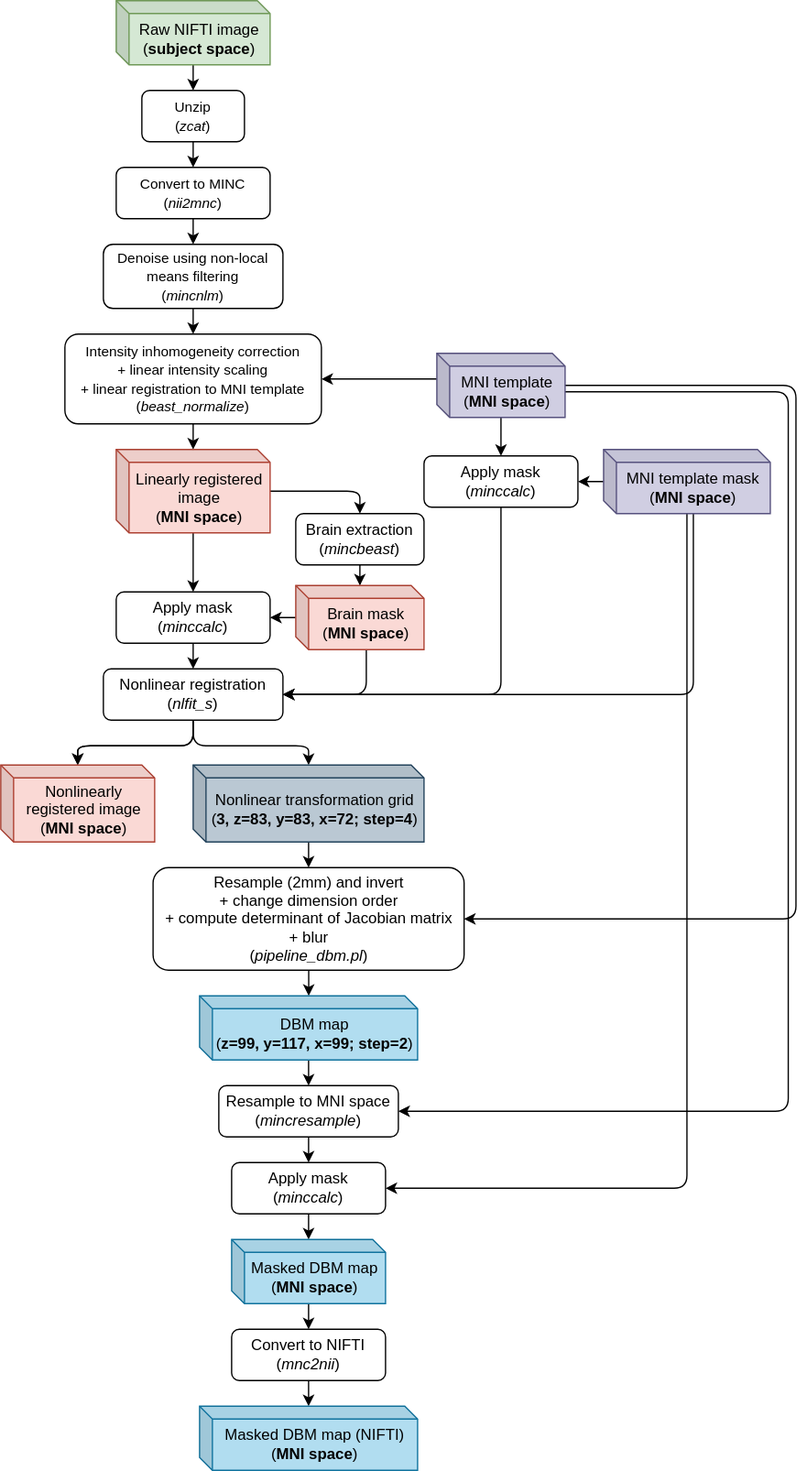
Before: dbm_ica/dbm_minc_pipeline.svg, a diagram exported from draw.io (LivingPark-MRI/zeighami-etal-2019). Source tidied: cells renumbered, new cells last; positions are measured from the earlier drawing's top-left corner, leaving out a move shared by most shapes. Source of this version:
```xml
<mxGraphModel>
  <root>
    <mxCell id="0" />
    <mxCell id="1" parent="0" />
    <mxCell id="2" style="edgeStyle=orthogonalEdgeStyle;jettySize=auto;html=1;exitX=0.5;exitY=1;exitDx=0;exitDy=0;" parent="1" edge="1" source="42" target="6">
      <mxGeometry relative="1" as="geometry" />
    </mxCell>
    <mxCell id="3" style="edgeStyle=orthogonalEdgeStyle;jettySize=auto;html=1;entryX=0.5;entryY=0;entryDx=0;entryDy=0;" parent="1" edge="1" source="4" target="42">
      <mxGeometry relative="1" as="geometry" />
    </mxCell>
    <mxCell id="4" value="Raw NIFTI image&lt;br&gt;(&lt;b&gt;subject space&lt;/b&gt;)" style="shape=cube;whiteSpace=wrap;html=1;boundedLbl=1;backgroundOutline=1;darkOpacity=0.05;darkOpacity2=0.1;rounded=0;shadow=0;glass=0;sketch=0;size=10;fillColor=#d5e8d4;strokeColor=#6F9957;" parent="1" vertex="1">
      <mxGeometry x="90" width="120" height="50" as="geometry" />
    </mxCell>
    <mxCell id="5" style="edgeStyle=orthogonalEdgeStyle;jettySize=auto;html=1;" parent="1" edge="1" source="6" target="8">
      <mxGeometry relative="1" as="geometry" />
    </mxCell>
    <mxCell id="6" value="&lt;span style=&quot;font-size: 11px; text-align: left;&quot;&gt;Convert to MINC (&lt;i&gt;nii2mnc&lt;/i&gt;)&lt;/span&gt;" style="whiteSpace=wrap;html=1;boundedLbl=1;backgroundOutline=1;darkOpacity=0.05;darkOpacity2=0.1;rounded=1;shadow=0;glass=0;sketch=0;size=10;" parent="1" vertex="1">
      <mxGeometry x="90" y="130" width="120" height="40" as="geometry" />
    </mxCell>
    <mxCell id="7" style="edgeStyle=orthogonalEdgeStyle;jettySize=auto;html=1;" parent="1" edge="1" source="8" target="10">
      <mxGeometry relative="1" as="geometry" />
    </mxCell>
    <mxCell id="8" value="&lt;span style=&quot;font-size: 11px; text-align: left;&quot;&gt;Denoise using non-local means filtering&lt;br&gt;(&lt;i&gt;mincnlm&lt;/i&gt;)&lt;/span&gt;" style="whiteSpace=wrap;html=1;boundedLbl=1;backgroundOutline=1;darkOpacity=0.05;darkOpacity2=0.1;rounded=1;shadow=0;glass=0;sketch=0;size=10;" parent="1" vertex="1">
      <mxGeometry x="80" y="190" width="140" height="50" as="geometry" />
    </mxCell>
    <mxCell id="9" style="edgeStyle=orthogonalEdgeStyle;jettySize=auto;html=1;" parent="1" edge="1" source="10" target="13">
      <mxGeometry relative="1" as="geometry" />
    </mxCell>
    <mxCell id="10" value="&lt;div style=&quot;&quot;&gt;&lt;span style=&quot;background-color: initial; font-size: 11px;&quot;&gt;Intensity inhomogeneity correction&lt;/span&gt;&lt;/div&gt;&lt;div style=&quot;&quot;&gt;&lt;span style=&quot;background-color: initial; font-size: 11px;&quot;&gt;+ linear intensity scaling&lt;/span&gt;&lt;/div&gt;&lt;div style=&quot;&quot;&gt;&lt;span style=&quot;background-color: initial; font-size: 11px;&quot;&gt;+ linear registration to MNI template (&lt;i&gt;beast_normalize&lt;/i&gt;)&lt;/span&gt;&lt;/div&gt;" style="whiteSpace=wrap;html=1;boundedLbl=1;backgroundOutline=1;darkOpacity=0.05;darkOpacity2=0.1;rounded=1;shadow=0;glass=0;sketch=0;size=10;align=center;" parent="1" vertex="1">
      <mxGeometry x="50" y="260" width="200" height="70" as="geometry" />
    </mxCell>
    <mxCell id="11" style="edgeStyle=orthogonalEdgeStyle;jettySize=auto;html=1;" parent="1" edge="1" source="13" target="26">
      <mxGeometry relative="1" as="geometry" />
    </mxCell>
    <mxCell id="12" style="edgeStyle=orthogonalEdgeStyle;jettySize=auto;html=1;entryX=0.5;entryY=0;entryDx=0;entryDy=0;" parent="1" edge="1" source="13" target="16">
      <mxGeometry relative="1" as="geometry">
        <Array as="points">
          <mxPoint x="280" y="383" />
        </Array>
      </mxGeometry>
    </mxCell>
    <mxCell id="13" value="Linearly registered image&lt;br&gt;(&lt;b&gt;MNI space&lt;/b&gt;)" style="shape=cube;whiteSpace=wrap;html=1;boundedLbl=1;backgroundOutline=1;darkOpacity=0.05;darkOpacity2=0.1;rounded=0;shadow=0;glass=0;sketch=0;size=10;fillColor=#fad9d5;strokeColor=#ae4132;" parent="1" vertex="1">
      <mxGeometry x="90" y="350" width="120" height="65" as="geometry" />
    </mxCell>
    <mxCell id="14" style="edgeStyle=orthogonalEdgeStyle;orthogonalLoop=1;jettySize=auto;html=1;exitX=0.5;exitY=1;exitDx=0;exitDy=0;" parent="1" edge="1">
      <mxGeometry relative="1" as="geometry">
        <mxPoint x="290" y="393.8" as="sourcePoint" />
        <mxPoint x="290" y="393.8" as="targetPoint" />
      </mxGeometry>
    </mxCell>
    <mxCell id="15" style="edgeStyle=orthogonalEdgeStyle;jettySize=auto;html=1;" parent="1" edge="1" source="16" target="19">
      <mxGeometry relative="1" as="geometry" />
    </mxCell>
    <mxCell id="16" value="Brain extraction (&lt;i&gt;mincbeast&lt;/i&gt;)" style="whiteSpace=wrap;html=1;rounded=1;shadow=0;glass=0;sketch=0;" parent="1" vertex="1">
      <mxGeometry x="230" y="400" width="100" height="40" as="geometry" />
    </mxCell>
    <mxCell id="17" style="edgeStyle=orthogonalEdgeStyle;jettySize=auto;html=1;entryX=1;entryY=0.5;entryDx=0;entryDy=0;exitX=0;exitY=0;exitDx=55;exitDy=50;exitPerimeter=0;" parent="1" edge="1" source="19" target="30">
      <mxGeometry relative="1" as="geometry" />
    </mxCell>
    <mxCell id="18" style="edgeStyle=orthogonalEdgeStyle;jettySize=auto;html=1;entryX=1;entryY=0.5;entryDx=0;entryDy=0;" parent="1" edge="1" source="19" target="26">
      <mxGeometry relative="1" as="geometry" />
    </mxCell>
    <mxCell id="19" value="Brain mask&lt;br&gt;(&lt;b&gt;MNI space&lt;/b&gt;)" style="shape=cube;whiteSpace=wrap;html=1;fillColor=#fad9d5;strokeColor=#ae4132;rounded=0;shadow=0;glass=0;sketch=0;size=10;boundedLbl=1;backgroundOutline=1;darkOpacity=0.05;darkOpacity2=0.1;size=10;" parent="1" vertex="1">
      <mxGeometry x="230" y="456" width="100" height="50" as="geometry" />
    </mxCell>
    <mxCell id="20" style="edgeStyle=orthogonalEdgeStyle;jettySize=auto;html=1;entryX=1;entryY=0.5;entryDx=0;entryDy=0;exitX=0;exitY=0;exitDx=0;exitDy=20;exitPerimeter=0;" parent="1" edge="1" source="24" target="10">
      <mxGeometry relative="1" as="geometry" />
    </mxCell>
    <mxCell id="21" style="edgeStyle=orthogonalEdgeStyle;jettySize=auto;html=1;entryX=0.5;entryY=0;entryDx=0;entryDy=0;" parent="1" edge="1" source="24" target="36">
      <mxGeometry relative="1" as="geometry" />
    </mxCell>
    <mxCell id="22" style="edgeStyle=orthogonalEdgeStyle;jettySize=auto;html=1;entryX=1;entryY=0.5;entryDx=0;entryDy=0;" parent="1" edge="1" source="24" target="41">
      <mxGeometry relative="1" as="geometry">
        <Array as="points">
          <mxPoint x="620" y="300" />
          <mxPoint x="620" y="716" />
        </Array>
      </mxGeometry>
    </mxCell>
    <mxCell id="23" style="edgeStyle=orthogonalEdgeStyle;jettySize=auto;html=1;entryX=1;entryY=0.5;entryDx=0;entryDy=0;exitX=0;exitY=0;exitDx=100;exitDy=30;exitPerimeter=0;" parent="1" edge="1" source="24" target="46">
      <mxGeometry relative="1" as="geometry">
        <Array as="points">
          <mxPoint x="614" y="305" />
          <mxPoint x="614" y="866" />
        </Array>
      </mxGeometry>
    </mxCell>
    <mxCell id="24" value="MNI template&lt;br&gt;(&lt;b&gt;MNI space&lt;/b&gt;)" style="shape=cube;whiteSpace=wrap;html=1;fillColor=#d0cee2;strokeColor=#56517e;rounded=0;shadow=0;glass=0;sketch=0;size=10;boundedLbl=1;backgroundOutline=1;darkOpacity=0.05;darkOpacity2=0.1;size=10;" parent="1" vertex="1">
      <mxGeometry x="340" y="275" width="100" height="50" as="geometry" />
    </mxCell>
    <mxCell id="25" style="edgeStyle=orthogonalEdgeStyle;jettySize=auto;html=1;" parent="1" edge="1" source="26" target="30">
      <mxGeometry relative="1" as="geometry" />
    </mxCell>
    <mxCell id="26" value="Apply mask&lt;br&gt;(&lt;i&gt;minccalc&lt;/i&gt;)" style="whiteSpace=wrap;html=1;rounded=1;shadow=0;glass=0;sketch=0;" parent="1" vertex="1">
      <mxGeometry x="90" y="461" width="120" height="40" as="geometry" />
    </mxCell>
    <mxCell id="27" style="edgeStyle=orthogonalEdgeStyle;jettySize=auto;html=1;" parent="1" edge="1" source="30" target="37">
      <mxGeometry relative="1" as="geometry" />
    </mxCell>
    <mxCell id="28" style="edgeStyle=orthogonalEdgeStyle;jettySize=auto;html=1;" parent="1" edge="1" source="30" target="37">
      <mxGeometry relative="1" as="geometry" />
    </mxCell>
    <mxCell id="29" style="edgeStyle=orthogonalEdgeStyle;jettySize=auto;html=1;" parent="1" edge="1" source="30" target="39">
      <mxGeometry relative="1" as="geometry" />
    </mxCell>
    <mxCell id="30" value="Nonlinear registration&lt;br&gt;(&lt;i&gt;nlfit_s&lt;/i&gt;)" style="whiteSpace=wrap;html=1;rounded=1;shadow=0;glass=0;sketch=0;" parent="1" vertex="1">
      <mxGeometry x="80" y="521" width="140" height="40" as="geometry" />
    </mxCell>
    <mxCell id="31" style="edgeStyle=orthogonalEdgeStyle;jettySize=auto;html=1;entryX=1;entryY=0.5;entryDx=0;entryDy=0;" parent="1" edge="1" source="34" target="36">
      <mxGeometry relative="1" as="geometry" />
    </mxCell>
    <mxCell id="32" style="edgeStyle=orthogonalEdgeStyle;jettySize=auto;html=1;entryX=1;entryY=0.5;entryDx=0;entryDy=0;exitX=0;exitY=0;exitDx=70;exitDy=50;exitPerimeter=0;" parent="1" edge="1" source="34" target="30">
      <mxGeometry relative="1" as="geometry" />
    </mxCell>
    <mxCell id="33" style="edgeStyle=orthogonalEdgeStyle;jettySize=auto;html=1;entryX=1;entryY=0.5;entryDx=0;entryDy=0;" parent="1" edge="1" source="34" target="48">
      <mxGeometry relative="1" as="geometry">
        <Array as="points">
          <mxPoint x="535" y="926" />
        </Array>
      </mxGeometry>
    </mxCell>
    <mxCell id="34" value="MNI template mask&lt;br&gt;(&lt;b&gt;MNI space&lt;/b&gt;)" style="shape=cube;whiteSpace=wrap;html=1;fillColor=#d0cee2;strokeColor=#56517e;rounded=0;shadow=0;glass=0;sketch=0;size=10;boundedLbl=1;backgroundOutline=1;darkOpacity=0.05;darkOpacity2=0.1;size=10;" parent="1" vertex="1">
      <mxGeometry x="470" y="350" width="130" height="50" as="geometry" />
    </mxCell>
    <mxCell id="35" style="edgeStyle=orthogonalEdgeStyle;jettySize=auto;html=1;entryX=1;entryY=0.5;entryDx=0;entryDy=0;exitX=0.5;exitY=1;exitDx=0;exitDy=0;" parent="1" edge="1" source="36" target="30">
      <mxGeometry relative="1" as="geometry" />
    </mxCell>
    <mxCell id="36" value="Apply mask (&lt;i&gt;minccalc&lt;/i&gt;)" style="whiteSpace=wrap;html=1;rounded=1;shadow=0;glass=0;sketch=0;" parent="1" vertex="1">
      <mxGeometry x="330" y="355" width="120" height="40" as="geometry" />
    </mxCell>
    <mxCell id="37" value="Nonlinearly registered image (&lt;b&gt;MNI space&lt;/b&gt;)" style="shape=cube;whiteSpace=wrap;html=1;boundedLbl=1;backgroundOutline=1;darkOpacity=0.05;darkOpacity2=0.1;rounded=0;shadow=0;glass=0;sketch=0;size=10;fillColor=#fad9d5;strokeColor=#ae4132;" parent="1" vertex="1">
      <mxGeometry y="596" width="120" height="60" as="geometry" />
    </mxCell>
    <mxCell id="38" style="edgeStyle=orthogonalEdgeStyle;jettySize=auto;html=1;" parent="1" edge="1" source="39" target="41">
      <mxGeometry relative="1" as="geometry" />
    </mxCell>
    <mxCell id="39" value="Nonlinear transformation grid&lt;br&gt;(&lt;b&gt;3, z=83, y=83, x=72; step=4&lt;/b&gt;)" style="shape=cube;whiteSpace=wrap;html=1;boundedLbl=1;backgroundOutline=1;darkOpacity=0.05;darkOpacity2=0.1;rounded=0;shadow=0;glass=0;sketch=0;size=10;fillColor=#bac8d3;strokeColor=#23445d;" parent="1" vertex="1">
      <mxGeometry x="150" y="596" width="180" height="60" as="geometry" />
    </mxCell>
    <mxCell id="40" style="edgeStyle=orthogonalEdgeStyle;jettySize=auto;html=1;" parent="1" edge="1" source="41" target="44">
      <mxGeometry relative="1" as="geometry" />
    </mxCell>
    <mxCell id="41" value="Resample (2mm) and invert&lt;br&gt;+ change dimension order&lt;br&gt;+ compute determinant of Jacobian matrix&lt;br&gt;+ blur&lt;br&gt;(&lt;i&gt;pipeline_dbm.pl&lt;/i&gt;)" style="whiteSpace=wrap;html=1;boundedLbl=1;backgroundOutline=1;darkOpacity=0.05;darkOpacity2=0.1;rounded=1;shadow=0;glass=0;sketch=0;size=10;" parent="1" vertex="1">
      <mxGeometry x="118.8" y="676" width="242.5" height="80" as="geometry" />
    </mxCell>
    <mxCell id="42" value="&lt;span style=&quot;font-size: 11px; text-align: left;&quot;&gt;Unzip&lt;br&gt;(&lt;i&gt;zcat&lt;/i&gt;)&lt;/span&gt;" style="whiteSpace=wrap;html=1;boundedLbl=1;backgroundOutline=1;darkOpacity=0.05;darkOpacity2=0.1;rounded=1;shadow=0;glass=0;sketch=0;size=10;" parent="1" vertex="1">
      <mxGeometry x="110" y="70" width="80" height="40" as="geometry" />
    </mxCell>
    <mxCell id="43" style="edgeStyle=orthogonalEdgeStyle;jettySize=auto;html=1;" parent="1" edge="1" source="44" target="46">
      <mxGeometry relative="1" as="geometry" />
    </mxCell>
    <mxCell id="44" value="DBM map&lt;br&gt;(&lt;b&gt;z=99, y=117, x=99; step=2&lt;/b&gt;)" style="shape=cube;whiteSpace=wrap;html=1;boundedLbl=1;backgroundOutline=1;darkOpacity=0.05;darkOpacity2=0.1;rounded=0;shadow=0;glass=0;sketch=0;size=10;fillColor=#b1ddf0;strokeColor=#10739e;" parent="1" vertex="1">
      <mxGeometry x="155" y="776" width="170" height="50" as="geometry" />
    </mxCell>
    <mxCell id="45" style="edgeStyle=orthogonalEdgeStyle;jettySize=auto;html=1;" parent="1" edge="1" source="46" target="48">
      <mxGeometry relative="1" as="geometry" />
    </mxCell>
    <mxCell id="46" value="Resample to MNI space&lt;br&gt;(&lt;i&gt;mincresample&lt;/i&gt;)" style="whiteSpace=wrap;html=1;boundedLbl=1;backgroundOutline=1;darkOpacity=0.05;darkOpacity2=0.1;rounded=1;shadow=0;glass=0;sketch=0;size=10;" parent="1" vertex="1">
      <mxGeometry x="170" y="846" width="140" height="40" as="geometry" />
    </mxCell>
    <mxCell id="47" style="edgeStyle=orthogonalEdgeStyle;jettySize=auto;html=1;" parent="1" edge="1" source="48" target="50">
      <mxGeometry relative="1" as="geometry" />
    </mxCell>
    <mxCell id="48" value="Apply mask&lt;br&gt;(&lt;i&gt;minccalc&lt;/i&gt;)" style="whiteSpace=wrap;html=1;rounded=1;shadow=0;glass=0;sketch=0;" parent="1" vertex="1">
      <mxGeometry x="180" y="906" width="120" height="40" as="geometry" />
    </mxCell>
    <mxCell id="49" style="edgeStyle=orthogonalEdgeStyle;jettySize=auto;html=1;" parent="1" edge="1" source="50" target="52">
      <mxGeometry relative="1" as="geometry" />
    </mxCell>
    <mxCell id="50" value="Masked DBM map&lt;br&gt;(&lt;b&gt;MNI space&lt;/b&gt;)" style="shape=cube;whiteSpace=wrap;html=1;boundedLbl=1;backgroundOutline=1;darkOpacity=0.05;darkOpacity2=0.1;rounded=0;shadow=0;glass=0;sketch=0;size=10;fillColor=#b1ddf0;strokeColor=#10739e;" parent="1" vertex="1">
      <mxGeometry x="180" y="966" width="120" height="50" as="geometry" />
    </mxCell>
    <mxCell id="51" style="edgeStyle=orthogonalEdgeStyle;jettySize=auto;html=1;" parent="1" edge="1" source="52" target="53">
      <mxGeometry relative="1" as="geometry" />
    </mxCell>
    <mxCell id="52" value="Convert to NIFTI&lt;br&gt;(&lt;i&gt;mnc2nii&lt;/i&gt;)" style="whiteSpace=wrap;html=1;rounded=1;shadow=0;glass=0;sketch=0;" parent="1" vertex="1">
      <mxGeometry x="180" y="1036" width="120" height="40" as="geometry" />
    </mxCell>
    <mxCell id="53" value="Masked DBM map (NIFTI)&lt;br&gt;(&lt;b&gt;MNI space&lt;/b&gt;)" style="shape=cube;whiteSpace=wrap;html=1;boundedLbl=1;backgroundOutline=1;darkOpacity=0.05;darkOpacity2=0.1;rounded=0;shadow=0;glass=0;sketch=0;size=10;fillColor=#b1ddf0;strokeColor=#10739e;" parent="1" vertex="1">
      <mxGeometry x="155" y="1096" width="170" height="50" as="geometry" />
    </mxCell>
  </root>
</mxGraphModel>
```
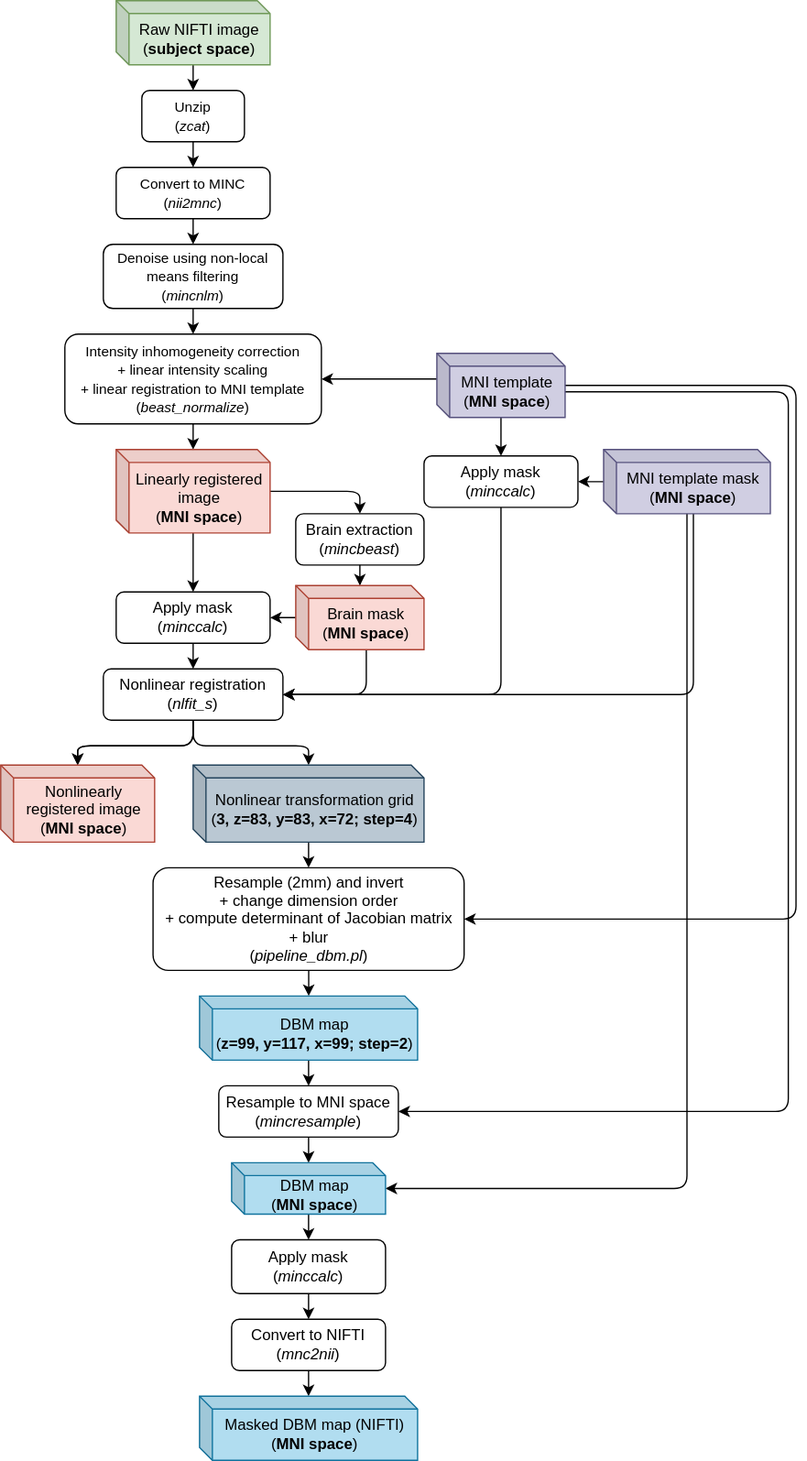
The same file after the commit.

Commit message:
small change to DBM pipeline image

What changed in the source:
```diff
@@ -161,23 +161,23 @@
     <mxCell id="47" style="edgeStyle=orthogonalEdgeStyle;jettySize=auto;html=1;" parent="1" edge="1" source="48" target="50">
       <mxGeometry relative="1" as="geometry" />
     </mxCell>
-    <mxCell id="48" value="Apply mask&lt;br&gt;(&lt;i&gt;minccalc&lt;/i&gt;)" style="whiteSpace=wrap;html=1;rounded=1;shadow=0;glass=0;sketch=0;" parent="1" vertex="1">
+    <mxCell id="48" value="DBM map&lt;br&gt;(&lt;b style=&quot;&quot;&gt;MNI space&lt;/b&gt;)" style="shape=cube;whiteSpace=wrap;html=1;boundedLbl=1;backgroundOutline=1;darkOpacity=0.05;darkOpacity2=0.1;rounded=0;shadow=0;glass=0;sketch=0;size=10;fillColor=#b1ddf0;strokeColor=#10739e;" parent="1" vertex="1">
       <mxGeometry x="180" y="906" width="120" height="40" as="geometry" />
     </mxCell>
     <mxCell id="49" style="edgeStyle=orthogonalEdgeStyle;jettySize=auto;html=1;" parent="1" edge="1" source="50" target="52">
       <mxGeometry relative="1" as="geometry" />
     </mxCell>
-    <mxCell id="50" value="Masked DBM map&lt;br&gt;(&lt;b&gt;MNI space&lt;/b&gt;)" style="shape=cube;whiteSpace=wrap;html=1;boundedLbl=1;backgroundOutline=1;darkOpacity=0.05;darkOpacity2=0.1;rounded=0;shadow=0;glass=0;sketch=0;size=10;fillColor=#b1ddf0;strokeColor=#10739e;" parent="1" vertex="1">
-      <mxGeometry x="180" y="966" width="120" height="50" as="geometry" />
+    <mxCell id="50" value="Apply mask&lt;br&gt;(&lt;i&gt;minccalc&lt;/i&gt;)" style="whiteSpace=wrap;html=1;rounded=1;shadow=0;glass=0;sketch=0;" parent="1" vertex="1">
+      <mxGeometry x="180" y="966" width="120" height="42" as="geometry" />
     </mxCell>
     <mxCell id="51" style="edgeStyle=orthogonalEdgeStyle;jettySize=auto;html=1;" parent="1" edge="1" source="52" target="53">
       <mxGeometry relative="1" as="geometry" />
     </mxCell>
     <mxCell id="52" value="Convert to NIFTI&lt;br&gt;(&lt;i&gt;mnc2nii&lt;/i&gt;)" style="whiteSpace=wrap;html=1;rounded=1;shadow=0;glass=0;sketch=0;" parent="1" vertex="1">
-      <mxGeometry x="180" y="1036" width="120" height="40" as="geometry" />
+      <mxGeometry x="180" y="1028" width="120" height="40" as="geometry" />
     </mxCell>
     <mxCell id="53" value="Masked DBM map (NIFTI)&lt;br&gt;(&lt;b&gt;MNI space&lt;/b&gt;)" style="shape=cube;whiteSpace=wrap;html=1;boundedLbl=1;backgroundOutline=1;darkOpacity=0.05;darkOpacity2=0.1;rounded=0;shadow=0;glass=0;sketch=0;size=10;fillColor=#b1ddf0;strokeColor=#10739e;" parent="1" vertex="1">
-      <mxGeometry x="155" y="1096" width="170" height="50" as="geometry" />
+      <mxGeometry x="155" y="1088" width="170" height="50" as="geometry" />
     </mxCell>
   </root>
 </mxGraphModel>
```
